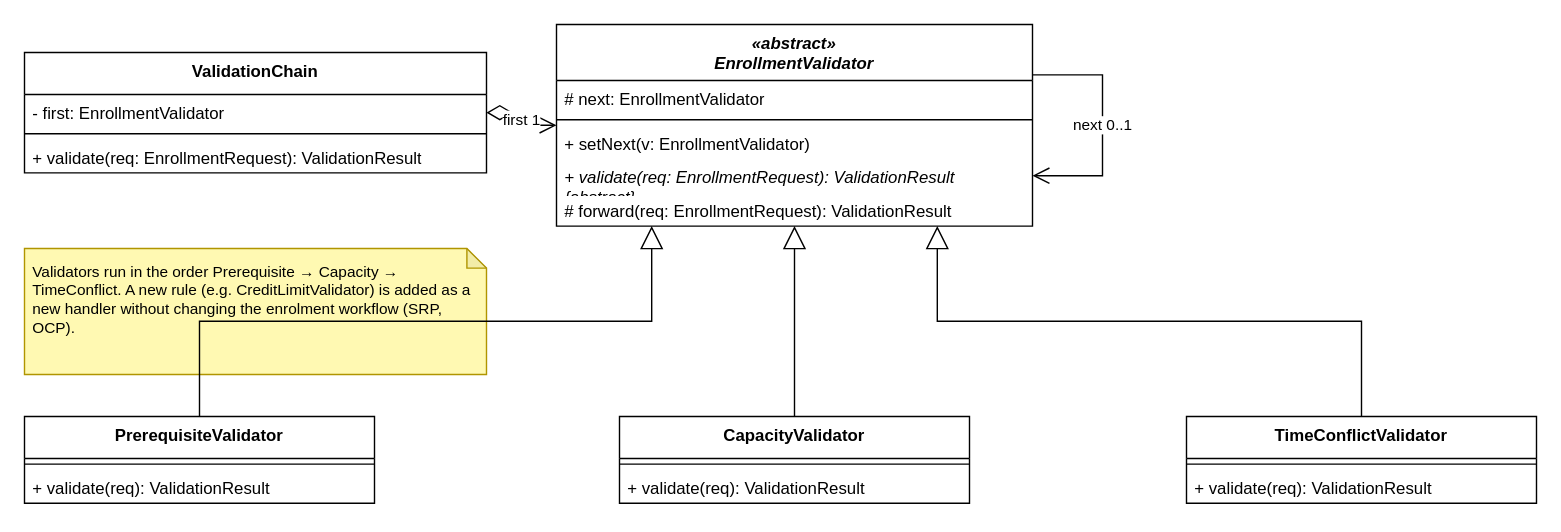
The draw.io diagram Diagrams/Class_diagrams_design_patterns/01-chain-of-responsibility.drawio in Tharusha-dev/soft_architect_redda, before the edit. Source tidied: cells renumbered, new cells numbered last; positions are measured from the earlier drawing's top-left corner, leaving out a move shared by most shapes. Both pictures are drawn from the tidied source at 140%, with x=0, y=0 at pixel (24, 24).
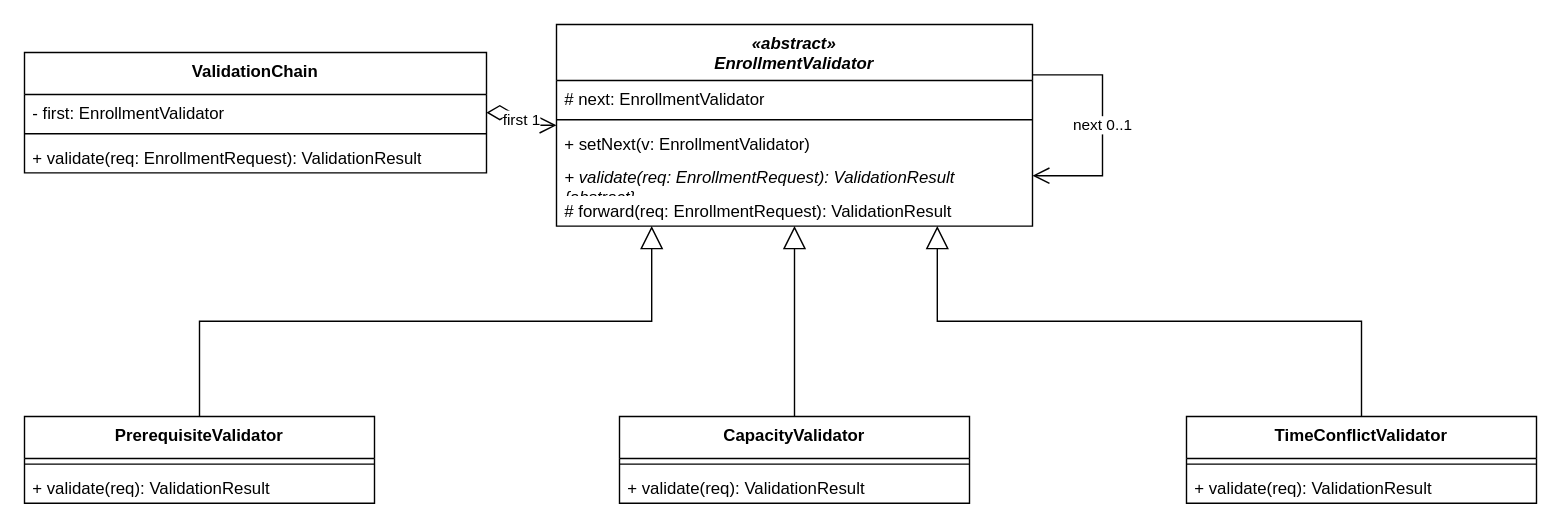
The same diagram, later.

Change to the diagram source:
```diff
@@
-    <mxCell id="21" value="Validators run in the order Prerequisite → Capacity → TimeConflict. A new rule (e.g. CreditLimitValidator) is added as a new handler without changing the enrolment workflow (SRP, OCP)." style="shape=note;whiteSpace=wrap;html=1;backgroundOutline=1;darkOpacity=0.05;fillColor=#FFF9B2;strokeColor=#B09500;size=14;align=left;verticalAlign=top;spacing=6;fontSize=11;" parent="1" vertex="1">
-      <mxGeometry y="160" width="330" height="90" as="geometry" />
-    </mxCell>
```
